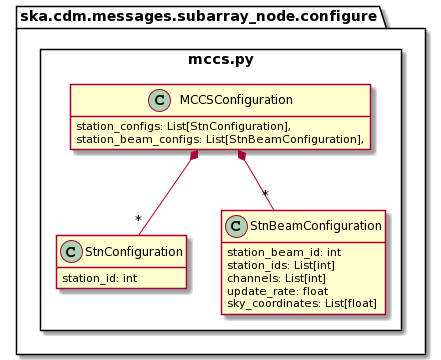
The PlantUML diagram docs/src/developer/subarraynode/mccs.png in ska-telescope/cdm-shared-library, before a commit. The source it was exported from:
```plantuml
@startuml
hide empty members

package ska.cdm.messages.subarray_node.configure {
    package mccs.py <<Rectangle>> {

        class StnConfiguration {
            station_id: int
        }

        class StnBeamConfiguration {
            station_beam_id: int
            station_ids: List[int]
            channels: List[int]
            update_rate: float
            sky_coordinates: List[float]
        }

        class MCCSConfiguration {
            station_configs: List[StnConfiguration],
            station_beam_configs: List[StnBeamConfiguration],
        }
        MCCSConfiguration *-- "*" StnConfiguration
        MCCSConfiguration *-- "*" StnBeamConfiguration

    }
}
@enduml
```
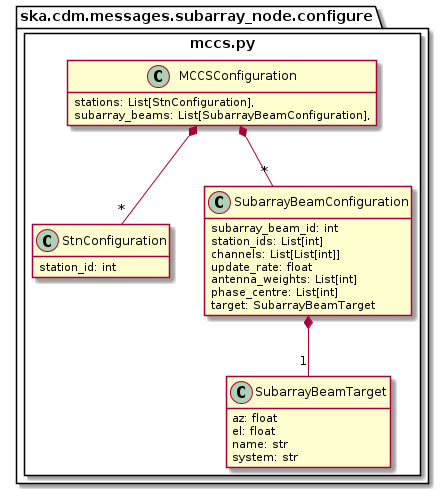
After the change.

What changed in the source:
```diff
@@ -8,20 +8,30 @@
             station_id: int
         }
 
-        class StnBeamConfiguration {
-            station_beam_id: int
+        class SubarrayBeamConfiguration {
+            subarray_beam_id: int
             station_ids: List[int]
-            channels: List[int]
+            channels: List[List[int]]
             update_rate: float
-            sky_coordinates: List[float]
+            antenna_weights: List[int]
+            phase_centre: List[int]
+            target: SubarrayBeamTarget
         }
 
+        class SubarrayBeamTarget {
+             az: float
+             el: float
+             name: str
+             system: str
+          }
+        SubarrayBeamConfiguration *-- "1" SubarrayBeamTarget
+
         class MCCSConfiguration {
-            station_configs: List[StnConfiguration],
-            station_beam_configs: List[StnBeamConfiguration],
+            stations: List[StnConfiguration],
+            subarray_beams: List[SubarrayBeamConfiguration],
         }
         MCCSConfiguration *-- "*" StnConfiguration
-        MCCSConfiguration *-- "*" StnBeamConfiguration
+        MCCSConfiguration *-- "*" SubarrayBeamConfiguration
 
     }
 }
```
